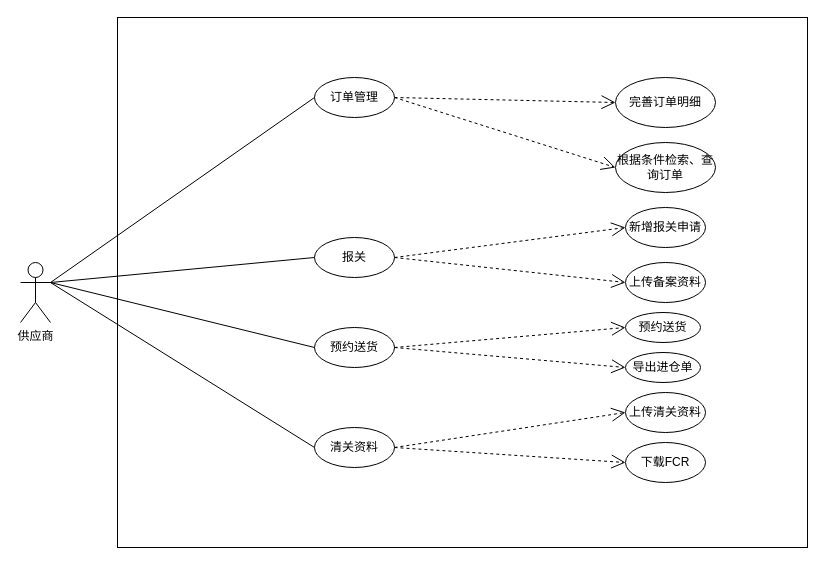
Earlier version of the draw.io diagram page "供应商用例图" (11 of 32) of wbooking docs/进区预约系统.drawio (sxc-one/e-conitl). Source tidied: cells renumbered, new cells numbered last; positions are measured from the earlier drawing's top-left corner, leaving out a move shared by most shapes. Both pictures are drawn from the tidied source at 100%, with x=0, y=0 at pixel (20, 17).
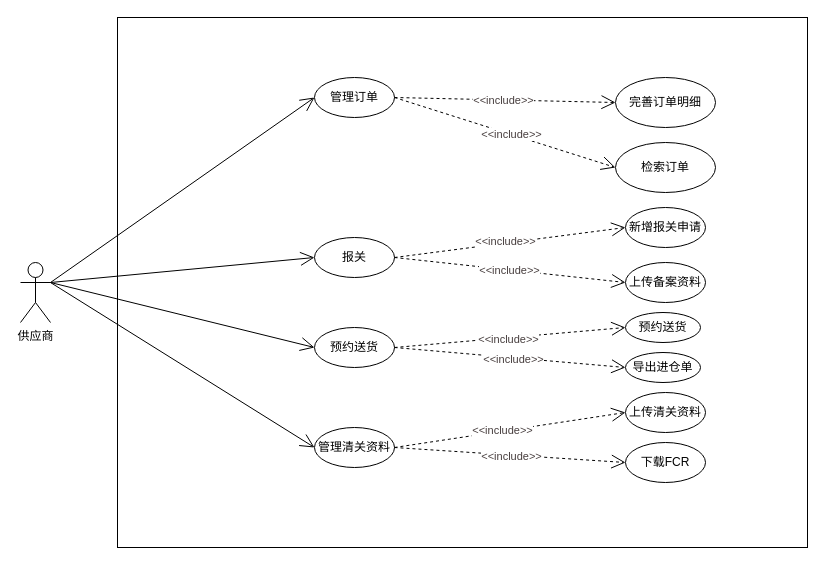
The same page after the edit.

The change refers to these unchanged cells:
```xml
<mxCell id="3" value="供应商" style="shape=umlActor;verticalLabelPosition=bottom;verticalAlign=top;html=1;" parent="1" vertex="1">
  <mxGeometry y="245" width="30" height="60" as="geometry" />
</mxCell>
<mxCell id="4" value="预约送货" style="ellipse;whiteSpace=wrap;html=1;" parent="1" vertex="1">
  <mxGeometry x="294" y="310" width="80" height="40" as="geometry" />
</mxCell>
<mxCell id="5" value="报关" style="ellipse;whiteSpace=wrap;html=1;" parent="1" vertex="1">
  <mxGeometry x="294" y="220" width="80" height="40" as="geometry" />
</mxCell>
<mxCell id="17" style="endArrow=open;endSize=12;dashed=1;html=1;rounded=0;elbow=vertical;entryX=0;entryY=0.5;entryDx=0;entryDy=0;exitX=1;exitY=0.5;exitDx=0;exitDy=0;" parent="1" edge="1" source="6" target="8">
  <mxGeometry relative="1" as="geometry" />
</mxCell>
<mxCell id="18" style="endArrow=open;endSize=12;dashed=1;html=1;rounded=0;elbow=vertical;entryX=0;entryY=0.5;entryDx=0;entryDy=0;exitX=1;exitY=0.5;exitDx=0;exitDy=0;" parent="1" edge="1" source="5" target="9">
  <mxGeometry relative="1" as="geometry" />
</mxCell>
<mxCell id="19" style="endArrow=open;endSize=12;dashed=1;html=1;rounded=0;elbow=vertical;entryX=0;entryY=0.5;entryDx=0;entryDy=0;exitX=1;exitY=0.5;exitDx=0;exitDy=0;" parent="1" edge="1" source="4" target="10">
  <mxGeometry relative="1" as="geometry" />
</mxCell>
<mxCell id="20" style="endArrow=open;endSize=12;dashed=1;html=1;rounded=0;elbow=vertical;entryX=0;entryY=0.5;entryDx=0;entryDy=0;exitX=1;exitY=0.5;exitDx=0;exitDy=0;" parent="1" edge="1" source="7" target="12">
  <mxGeometry relative="1" as="geometry" />
</mxCell>
<mxCell id="21" style="endArrow=open;endSize=12;dashed=1;html=1;rounded=0;elbow=vertical;entryX=0;entryY=0.5;entryDx=0;entryDy=0;exitX=1;exitY=0.5;exitDx=0;exitDy=0;" parent="1" edge="1" source="7" target="11">
  <mxGeometry relative="1" as="geometry" />
</mxCell>
<mxCell id="23" style="endArrow=open;endSize=12;dashed=1;html=1;rounded=0;elbow=vertical;entryX=0;entryY=0.5;entryDx=0;entryDy=0;exitX=1;exitY=0.5;exitDx=0;exitDy=0;" parent="1" edge="1" source="6" target="22">
  <mxGeometry relative="1" as="geometry" />
</mxCell>
<mxCell id="25" style="endArrow=open;endSize=12;dashed=1;html=1;rounded=0;elbow=vertical;entryX=0;entryY=0.5;entryDx=0;entryDy=0;exitX=1;exitY=0.5;exitDx=0;exitDy=0;" parent="1" edge="1" source="5" target="24">
  <mxGeometry relative="1" as="geometry" />
</mxCell>
<mxCell id="27" style="endArrow=open;endSize=12;dashed=1;html=1;rounded=0;elbow=vertical;entryX=0;entryY=0.5;entryDx=0;entryDy=0;exitX=1;exitY=0.5;exitDx=0;exitDy=0;" parent="1" edge="1" source="4" target="26">
  <mxGeometry relative="1" as="geometry" />
</mxCell>
```

Diff of the diagram source:
```diff
@@
-    <mxCell id="6" value="订单管理" style="ellipse;whiteSpace=wrap;html=1;" parent="1" vertex="1">
+    <mxCell id="6" value="管理订单" style="ellipse;whiteSpace=wrap;html=1;" parent="1" vertex="1">
       <mxGeometry x="294" y="60" width="80" height="40" as="geometry" />
     </mxCell>
-    <mxCell id="7" value="清关资料" style="ellipse;whiteSpace=wrap;html=1;" parent="1" vertex="1">
+    <mxCell id="7" value="管理清关资料" style="ellipse;whiteSpace=wrap;html=1;" parent="1" vertex="1">
       <mxGeometry x="294" y="410" width="80" height="40" as="geometry" />
     </mxCell>
@@
-    <mxCell id="13" style="endArrow=none;html=1;rounded=0;elbow=vertical;entryX=0;entryY=0.5;entryDx=0;entryDy=0;exitX=1;exitY=0.3333333333333333;exitDx=0;exitDy=0;exitPerimeter=0;" parent="1" edge="1" source="3" target="6">
+    <mxCell id="13" style="endArrow=open;html=1;rounded=0;elbow=vertical;entryX=0;entryY=0.5;entryDx=0;entryDy=0;exitX=1;exitY=0.3333333333333333;exitDx=0;exitDy=0;exitPerimeter=0;endFill=0;endSize=12;" parent="1" edge="1" source="3" target="6">
       <mxGeometry relative="1" as="geometry" />
     </mxCell>
-    <mxCell id="14" style="endArrow=none;html=1;rounded=0;elbow=vertical;entryX=0;entryY=0.5;entryDx=0;entryDy=0;exitX=1;exitY=0.3333333333333333;exitDx=0;exitDy=0;exitPerimeter=0;" parent="1" edge="1" source="3" target="5">
+    <mxCell id="14" style="endArrow=open;html=1;rounded=0;elbow=vertical;entryX=0;entryY=0.5;entryDx=0;entryDy=0;exitX=1;exitY=0.3333333333333333;exitDx=0;exitDy=0;exitPerimeter=0;endFill=0;endSize=12;" parent="1" edge="1" source="3" target="5">
       <mxGeometry relative="1" as="geometry" />
     </mxCell>
-    <mxCell id="15" style="endArrow=none;html=1;rounded=0;elbow=vertical;entryX=0;entryY=0.5;entryDx=0;entryDy=0;" parent="1" edge="1" target="4">
+    <mxCell id="15" style="endArrow=open;html=1;rounded=0;elbow=vertical;entryX=0;entryY=0.5;entryDx=0;entryDy=0;endFill=0;strokeWidth=1;endSize=12;" parent="1" edge="1" target="4">
       <mxGeometry relative="1" as="geometry">
         <mxPoint x="30" y="265" as="sourcePoint" />
       </mxGeometry>
     </mxCell>
-    <mxCell id="16" style="endArrow=none;html=1;rounded=0;elbow=vertical;entryX=0;entryY=0.5;entryDx=0;entryDy=0;" parent="1" edge="1" target="7">
+    <mxCell id="16" style="endArrow=open;html=1;rounded=0;elbow=vertical;entryX=0;entryY=0.5;entryDx=0;entryDy=0;endFill=0;endSize=12;" parent="1" edge="1" target="7">
       <mxGeometry relative="1" as="geometry">
         <mxPoint x="30" y="265" as="sourcePoint" />
       </mxGeometry>
     </mxCell>
@@
+    <mxCell id="28" value="&amp;lt;&amp;lt;include&amp;gt;&amp;gt;" style="edgeLabel;html=1;align=center;verticalAlign=middle;fontSize=11;fontColor=#473e3e;" parent="17" vertex="1">
+      <mxGeometry x="-0.01" relative="1" as="geometry" />
+    </mxCell>
@@
+    <mxCell id="29" value="&amp;lt;&amp;lt;include&amp;gt;&amp;gt;" style="edgeLabel;html=1;align=center;verticalAlign=middle;fontSize=11;fontColor=#473e3e;" parent="18" vertex="1">
+      <mxGeometry x="-0.01" relative="1" as="geometry" />
+    </mxCell>
@@
+    <mxCell id="30" value="&amp;lt;&amp;lt;include&amp;gt;&amp;gt;" style="edgeLabel;html=1;align=center;verticalAlign=middle;fontSize=11;fontColor=#473e3e;" parent="19" vertex="1">
+      <mxGeometry x="0.03" y="-1" relative="1" as="geometry" />
+    </mxCell>
@@
+    <mxCell id="31" value="&amp;lt;&amp;lt;include&amp;gt;&amp;gt;" style="edgeLabel;html=1;align=center;verticalAlign=middle;fontSize=11;fontColor=#473e3e;" parent="20" vertex="1">
+      <mxGeometry x="0.01" y="-1" relative="1" as="geometry" />
+    </mxCell>
@@
+    <mxCell id="32" value="&amp;lt;&amp;lt;include&amp;gt;&amp;gt;" style="edgeLabel;html=1;align=center;verticalAlign=middle;fontSize=11;fontColor=#473e3e;" parent="21" vertex="1">
+      <mxGeometry x="-0.07" y="1" relative="1" as="geometry" />
+    </mxCell>
-    <mxCell id="22" value="根据条件检索、查询订单" style="ellipse;whiteSpace=wrap;html=1;" parent="1" vertex="1">
+    <mxCell id="22" value="检索订单" style="ellipse;whiteSpace=wrap;html=1;" parent="1" vertex="1">
       <mxGeometry x="595" y="125" width="100" height="50" as="geometry" />
     </mxCell>
@@
+    <mxCell id="33" value="&amp;lt;&amp;lt;include&amp;gt;&amp;gt;" style="edgeLabel;html=1;align=center;verticalAlign=middle;fontSize=11;fontColor=#473e3e;" parent="23" vertex="1">
+      <mxGeometry x="0.05" relative="1" as="geometry" />
+    </mxCell>
@@
+    <mxCell id="34" value="&amp;lt;&amp;lt;include&amp;gt;&amp;gt;" style="edgeLabel;html=1;align=center;verticalAlign=middle;fontSize=11;fontColor=#473e3e;" parent="25" vertex="1">
+      <mxGeometry x="-0.04" y="2" relative="1" as="geometry" />
+    </mxCell>
@@
+    <mxCell id="35" value="&amp;lt;&amp;lt;include&amp;gt;&amp;gt;" style="edgeLabel;html=1;align=center;verticalAlign=middle;fontSize=11;fontColor=#473e3e;" parent="27" vertex="1">
+      <mxGeometry x="-0.02" y="-1" relative="1" as="geometry" />
+    </mxCell>
```
